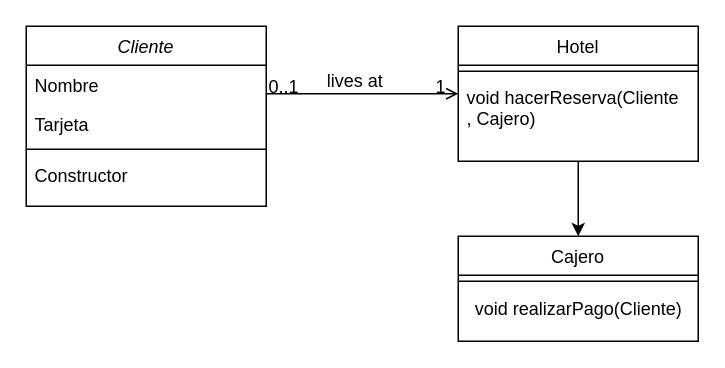
This is PatronesSoft1.drawio from BrancoAbalos/PatronesSoft1, a draw.io file, before an edit. Source tidied: cells renumbered, new cells numbered last; positions are measured from the earlier drawing's top-left corner, leaving out a move shared by most shapes. Both pictures are drawn from the tidied source at 150%, with x=0, y=0 at pixel (26, 26).
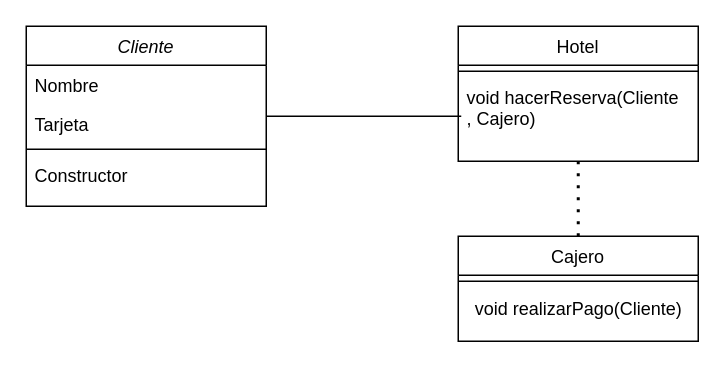
Above is the later version.

Unchanged cells that the change refers to:
```xml
<mxCell id="2" value="Cliente" style="swimlane;fontStyle=2;align=center;verticalAlign=top;horizontal=1;startSize=26;rounded=0;shadow=0;strokeWidth=1;" parent="1" vertex="1">
  <mxGeometry width="160" height="120" as="geometry" />
</mxCell>
<mxCell id="7" value="Cajero" style="swimlane;fontStyle=0;align=center;verticalAlign=top;horizontal=1;startSize=26;rounded=0;shadow=0;strokeWidth=1;" parent="1" vertex="1">
  <mxGeometry x="288" y="140" width="160" height="70" as="geometry" />
</mxCell>
<mxCell id="11" value="Hotel" style="swimlane;fontStyle=0;align=center;verticalAlign=top;horizontal=1;startSize=26;rounded=0;shadow=0;strokeWidth=1;" parent="1" vertex="1">
  <mxGeometry x="288" width="160" height="90" as="geometry" />
</mxCell>
```

Change to the diagram source:
```diff
@@
-    <mxCell id="10" style="edgeStyle=orthogonalEdgeStyle;rounded=0;jettySize=auto;html=1;entryX=0.5;entryY=0;entryDx=0;entryDy=0;" parent="1" edge="1" source="11" target="7">
-      <mxGeometry relative="1" as="geometry" />
-    </mxCell>
@@
-    <mxCell id="14" style="endArrow=open;shadow=0;strokeWidth=1;rounded=0;curved=0;endFill=1;edgeStyle=elbowEdgeStyle;elbow=vertical;" parent="1" edge="1" source="2" target="11">
-      <mxGeometry x="0.5" y="41" relative="1" as="geometry">
-        <mxPoint x="-40" y="32" as="offset" />
-      </mxGeometry>
-    </mxCell>
-    <mxCell id="15" value="0..1" style="align=left;verticalAlign=bottom;labelBackgroundColor=none;fontSize=12;" parent="14" vertex="1">
-      <mxGeometry x="-1" relative="1" as="geometry">
-        <mxPoint y="4" as="offset" />
-      </mxGeometry>
-    </mxCell>
-    <mxCell id="16" value="1" style="align=right;verticalAlign=bottom;labelBackgroundColor=none;fontSize=12;" parent="14" vertex="1">
-      <mxGeometry x="1" relative="1" as="geometry">
-        <mxPoint x="-7" y="4" as="offset" />
-      </mxGeometry>
-    </mxCell>
-    <mxCell id="17" value="lives at" style="text;html=1;align=center;verticalAlign=middle;labelBackgroundColor=none;rounded=0;shadow=0;strokeWidth=1;fontSize=12;" parent="14" vertex="1">
-      <mxGeometry x="0.5" y="49" relative="1" as="geometry">
-        <mxPoint x="-38" y="40" as="offset" />
-      </mxGeometry>
-    </mxCell>
+    <mxCell id="18" style="endArrow=none;dashed=1;html=1;dashPattern=1 3;strokeWidth=2;rounded=0;exitX=0.5;exitY=0;exitDx=0;exitDy=0;entryX=0.5;entryY=1;entryDx=0;entryDy=0;" parent="1" edge="1" source="7" target="11">
+      <mxGeometry relative="1" as="geometry" />
+    </mxCell>
+    <mxCell id="19" style="endArrow=none;html=1;rounded=0;" parent="1" edge="1">
+      <mxGeometry relative="1" as="geometry">
+        <mxPoint x="160" y="60" as="sourcePoint" />
+        <mxPoint x="290" y="60" as="targetPoint" />
+      </mxGeometry>
+    </mxCell>
```
